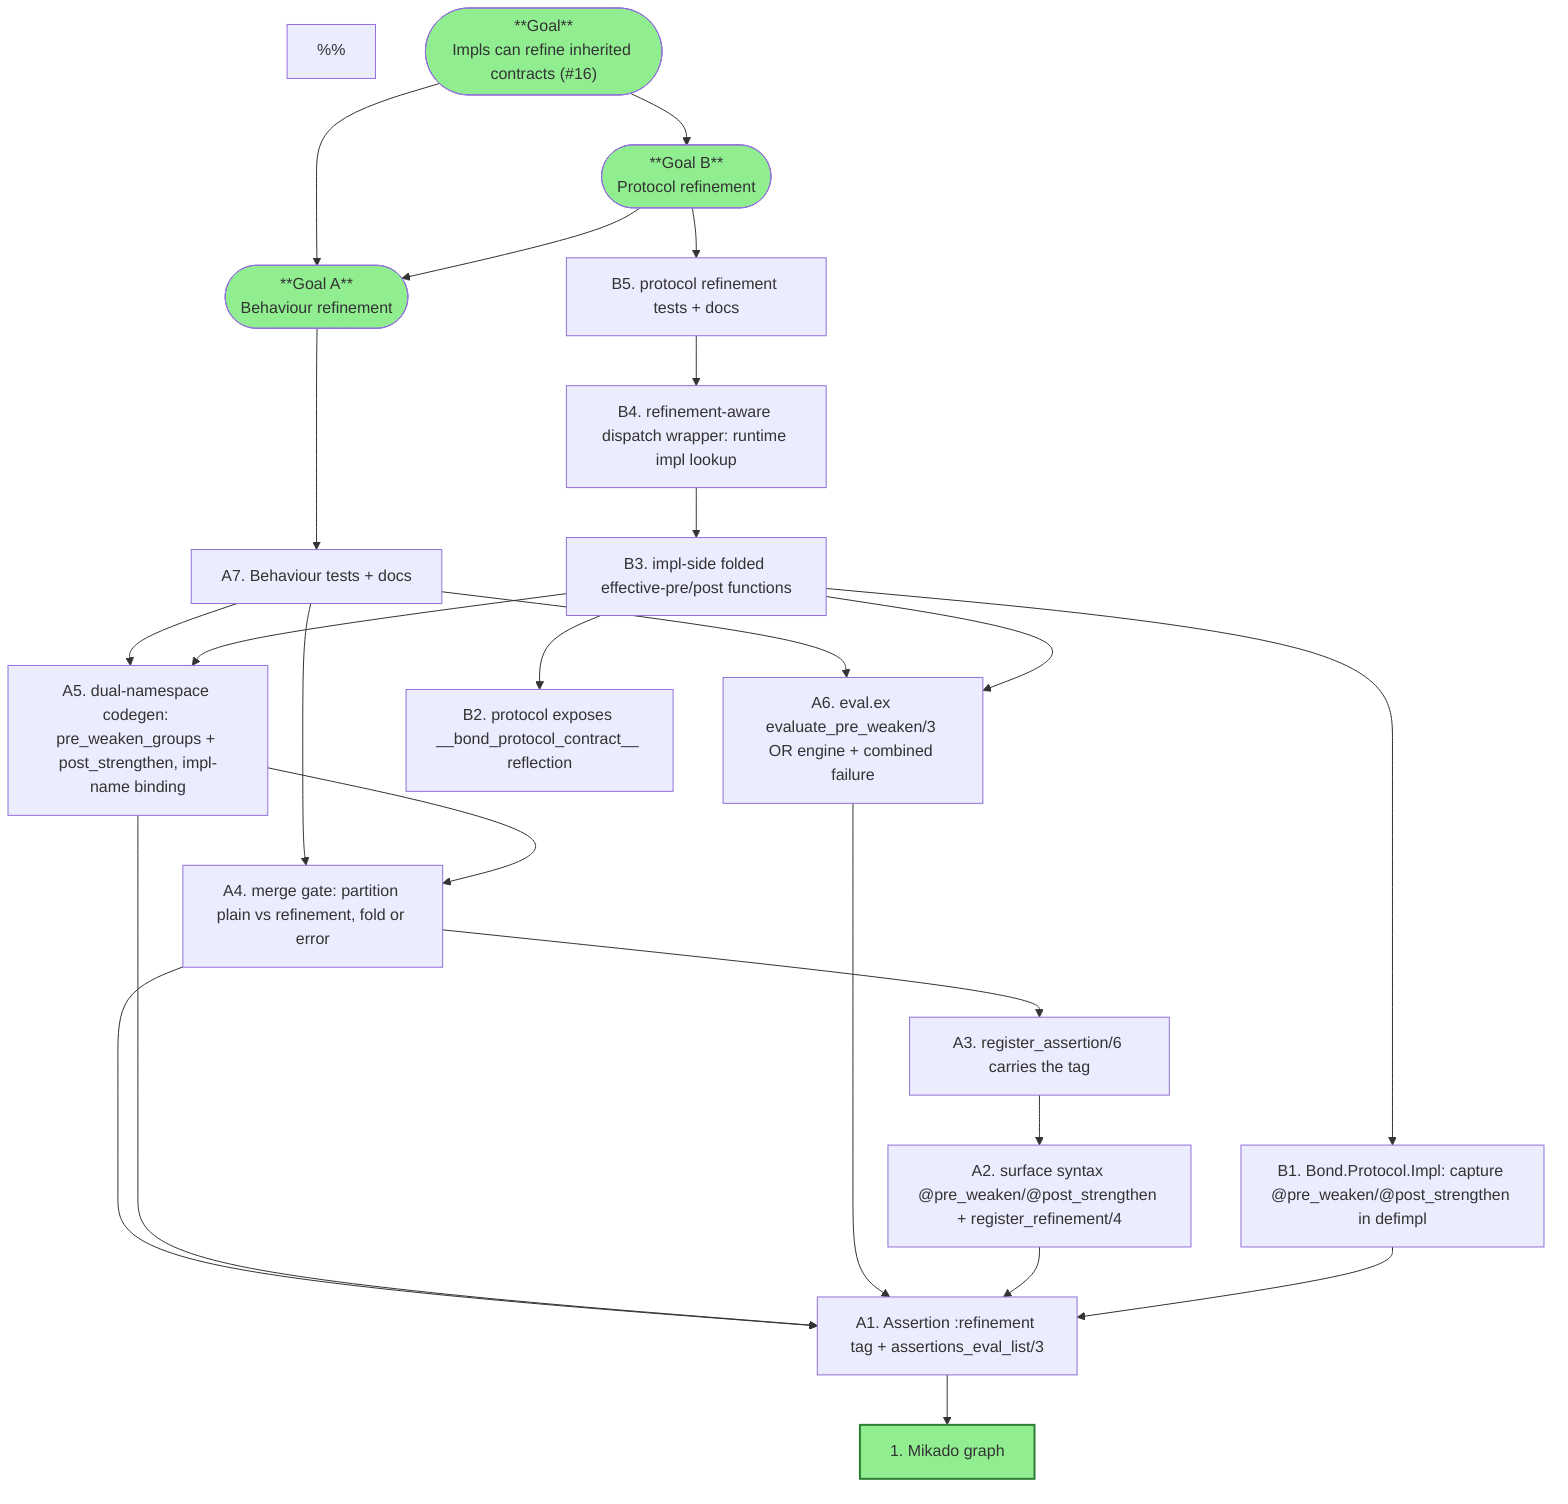
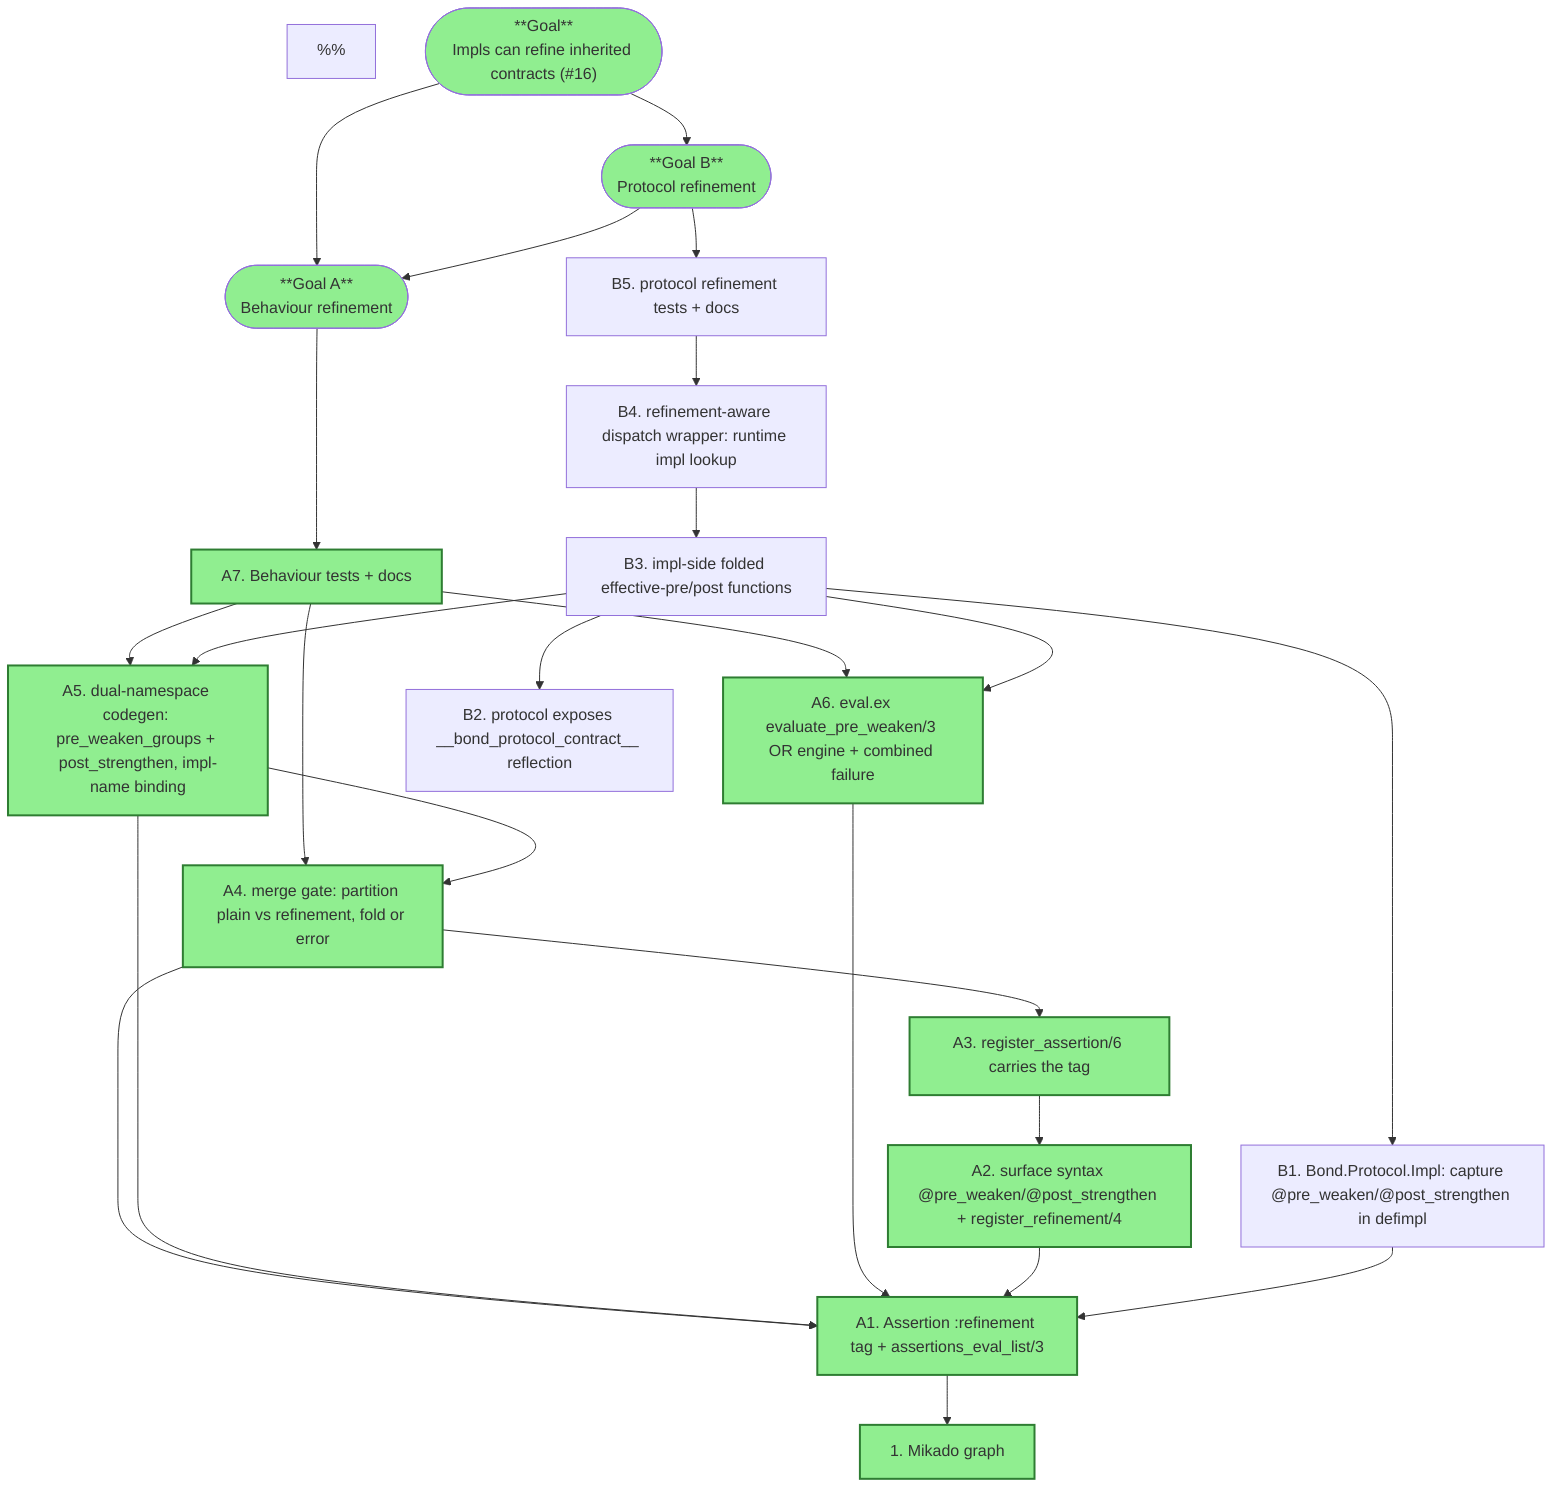
flowchart TD
%% Mikado graph for Eiffel-style contract refinement (GitHub #16).
%%
%% An implementation may REFINE the contract it inherits from a Bond.Behaviour
%% callback or a Bond.Protocol function, instead of inheriting it verbatim:
%%   @pre_weaken      => effective pre  = inherited OR  weaken      (require else)
%%   @post_strengthen => effective post = inherited AND strengthen  (ensure then)
%% Refinement expressions reference the IMPL's own parameter names (locality +
%% generated docs). Plain @pre/@post on an inherited op remains a compile error.
%%
%% Each numbered node is a commit-sized step. Arrows point from a goal to its
%% prerequisites — leaves (green) have no further prerequisites and are safe to
%% start with. Depth-first per Mikado: pick a leaf, finish it, commit, repeat.
%% Every commit compiles and the suite stays green. Phase A (behaviours) lands
%% before Phase B (protocols); A is independently shippable.

    G(["**Goal**<br/>Impls can refine inherited contracts (#16)"])

    %% --- Phase A: behaviour refinement (independently shippable) ---
    GA(["**Goal A**<br/>Behaviour refinement"])
    G --> GA

    GA --> A7[A7. Behaviour tests + docs]
    A7 --> A4[A4. merge gate: partition plain vs refinement, fold or error]
    A7 --> A5[A5. dual-namespace codegen: pre_weaken_groups + post_strengthen, impl-name binding]
    A7 --> A6[A6. eval.ex evaluate_pre_weaken/3 OR engine + combined failure]

    A4 --> A1[A1. Assertion :refinement tag + assertions_eval_list/3]
    A4 --> A3[A3. register_assertion/6 carries the tag]
    A5 --> A1
    A5 --> A4
    A6 --> A1
    A3 --> A2[A2. surface syntax @pre_weaken/@post_strengthen + register_refinement/4]
    A2 --> A1

    %% --- Phase B: protocol refinement (builds on A) ---
    GB(["**Goal B**<br/>Protocol refinement"])
    G --> GB
    GB --> GA

    GB --> B5[B5. protocol refinement tests + docs]
    B5 --> B4[B4. refinement-aware dispatch wrapper: runtime impl lookup]
    B4 --> B3[B3. impl-side folded effective-pre/post functions]
    B3 --> B2[B2. protocol exposes __bond_protocol_contract__ reflection]
    B3 --> B1[B1. Bond.Protocol.Impl: capture @pre_weaken/@post_strengthen in defimpl]
    B3 --> A5
    B3 --> A6
    B1 --> A1

    %% Commit 1 (this graph) is the root prerequisite of every leaf.
    A1 --> S1[1. Mikado graph]

    classDef leaf fill:#e7f5e7,stroke:#2e7d32,stroke-width:2px;
+     classDef done fill:#90EE90,stroke:#2e7d32,stroke-width:2px;
    class S1 leaf;
+     class A1,A2,A3,A4,A5,A6,A7 done;

    style G fill:#90EE90
    style GA fill:#90EE90
    style GB fill:#90EE90
    style S1 fill:#90EE90
